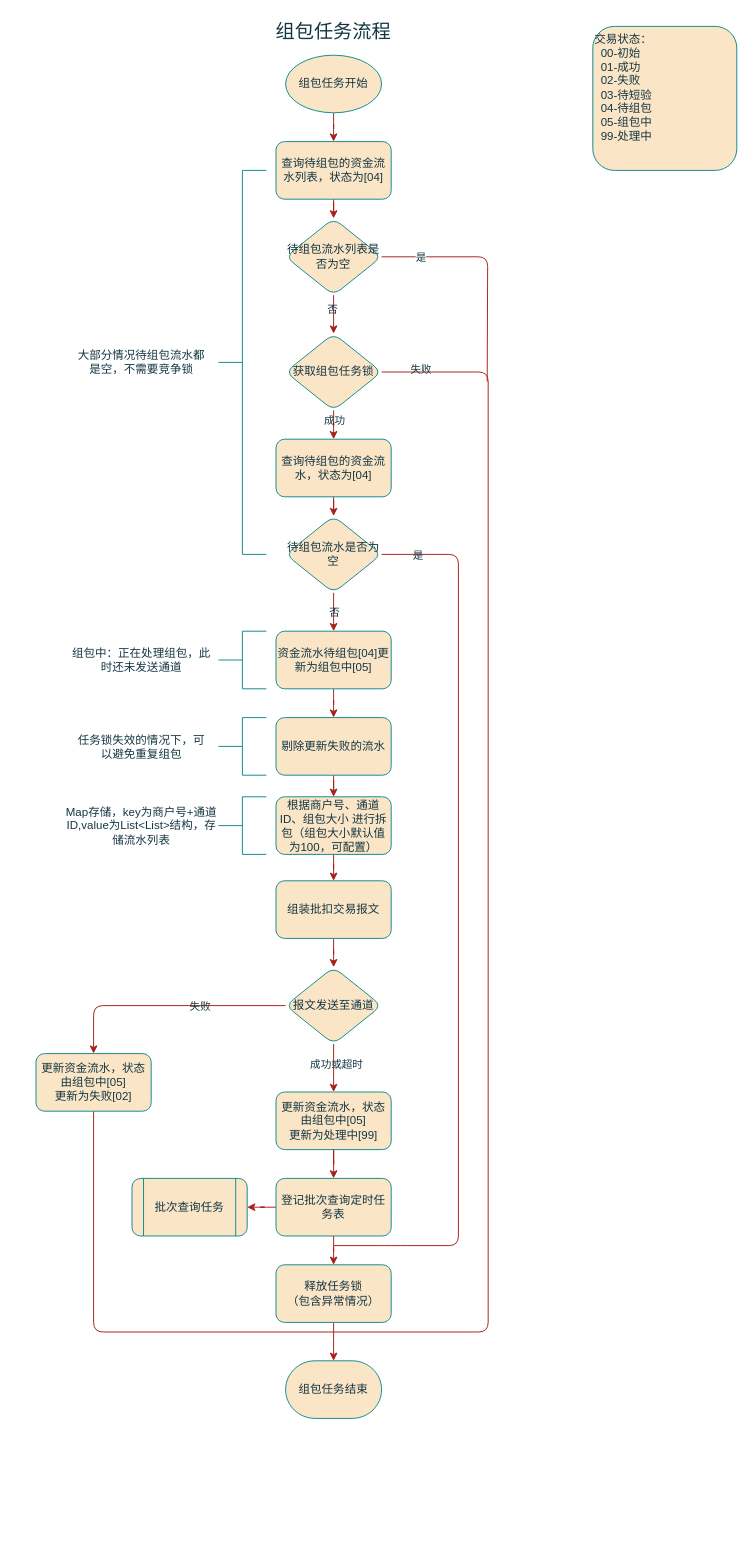
The draw.io diagram page "批扣组包任务流程" (2 of 5) of 批扣流程.drawio in gaofv/draw, before the edit. Source tidied: cells renumbered, new cells numbered last; positions are measured from the earlier drawing's top-left corner, leaving out a move shared by most shapes. Both pictures are drawn from the tidied source at 96%, with x=0, y=0 at pixel (36, 16).
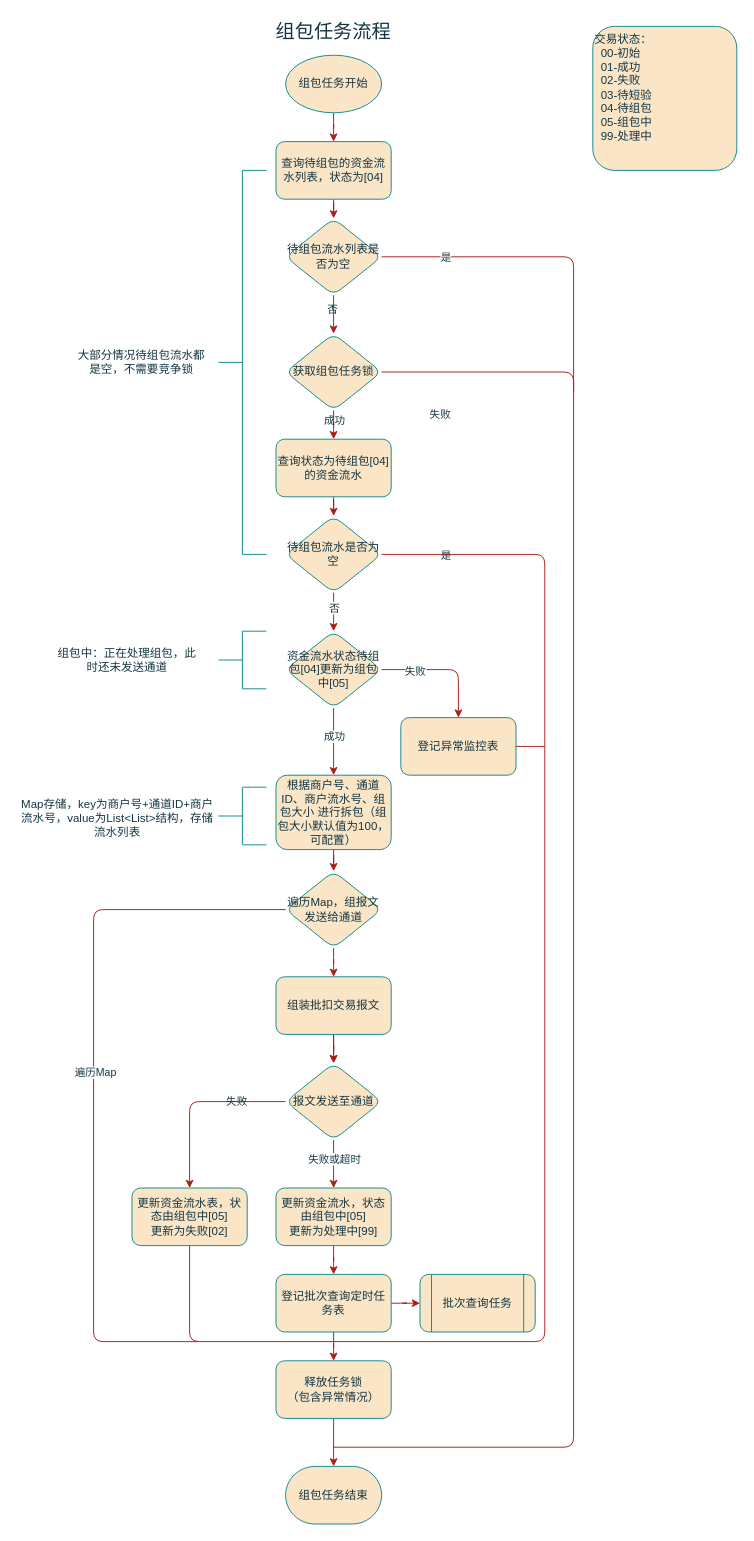
After the change.

The change refers to these unchanged cells:
```xml
<mxCell id="8" value="获取组包任务锁" style="rhombus;whiteSpace=wrap;html=1;strokeWidth=1;labelBackgroundColor=none;rounded=1;labelBorderColor=none;fillColor=#FAE5C7;strokeColor=#0F8B8D;fontColor=#143642;" parent="1" vertex="1">
  <mxGeometry x="260" y="330" width="100" height="80" as="geometry" />
</mxCell>
<mxCell id="15" value="待组包流水列表是否为空" style="rhombus;whiteSpace=wrap;html=1;strokeWidth=1;labelBackgroundColor=none;rounded=1;labelBorderColor=none;fillColor=#FAE5C7;strokeColor=#0F8B8D;fontColor=#143642;" parent="1" vertex="1">
  <mxGeometry x="260" y="210" width="100" height="80" as="geometry" />
</mxCell>
<mxCell id="24" value="待组包流水是否为空" style="rhombus;whiteSpace=wrap;html=1;strokeWidth=1;labelBackgroundColor=none;rounded=1;labelBorderColor=none;fillColor=#FAE5C7;strokeColor=#0F8B8D;fontColor=#143642;" parent="1" vertex="1">
  <mxGeometry x="260" y="520" width="100" height="80" as="geometry" />
</mxCell>
```

Change to the diagram source:
```diff
@@
     <mxCell id="6" style="edgeStyle=orthogonalEdgeStyle;rounded=1;jettySize=auto;html=1;endArrow=none;endFill=0;labelBackgroundColor=none;strokeColor=#A8201A;fontColor=default;" parent="1" edge="1" source="8">
       <mxGeometry relative="1" as="geometry">
-        <mxPoint x="310" y="1370" as="targetPoint" />
+        <mxPoint x="310" y="1490" as="targetPoint" />
         <Array as="points">
-          <mxPoint x="471" y="370" />
+          <mxPoint x="560" y="370" />
+          <mxPoint x="560" y="1490" />
+          <mxPoint x="310" y="1490" />
         </Array>
       </mxGeometry>
     </mxCell>
     <mxCell id="7" value="失败" style="edgeLabel;html=1;align=center;verticalAlign=middle;rounded=1;labelBackgroundColor=none;fontColor=#143642;" parent="6" vertex="1">
       <mxGeometry x="-0.24" relative="1" as="geometry">
-        <mxPoint x="-71" y="-375" as="offset" />
+        <mxPoint x="-140" y="-354" as="offset" />
       </mxGeometry>
     </mxCell>
@@
     <mxCell id="13" style="edgeStyle=orthogonalEdgeStyle;jettySize=auto;html=1;strokeColor=#A8201A;fontColor=#143642;fillColor=#FAE5C7;rounded=1;endArrow=none;endFill=0;" parent="1" edge="1" source="15">
       <mxGeometry relative="1" as="geometry">
-        <mxPoint x="470" y="380" as="targetPoint" />
+        <mxPoint x="560" y="390" as="targetPoint" />
+        <Array as="points">
+          <mxPoint x="560" y="250" />
+        </Array>
       </mxGeometry>
     </mxCell>
@@
-    <mxCell id="16" style="edgeStyle=orthogonalEdgeStyle;rounded=1;jettySize=auto;html=1;labelBackgroundColor=none;fontColor=default;labelBorderColor=none;strokeColor=#A8201A;" parent="1" edge="1" source="17" target="26">
-      <mxGeometry relative="1" as="geometry" />
-    </mxCell>
-    <mxCell id="17" value="资金流水待组包[04]更新为组包中[05]" style="whiteSpace=wrap;html=1;strokeWidth=1;labelBackgroundColor=none;rounded=1;labelBorderColor=none;fillColor=#FAE5C7;strokeColor=#0F8B8D;fontColor=#143642;" parent="1" vertex="1">
-      <mxGeometry x="250" y="640" width="120" height="60" as="geometry" />
-    </mxCell>
@@
-    <mxCell id="19" value="查询待组包的资金流水，状态为[04]" style="whiteSpace=wrap;html=1;strokeWidth=1;labelBackgroundColor=none;rounded=1;labelBorderColor=none;fillColor=#FAE5C7;strokeColor=#0F8B8D;fontColor=#143642;" parent="1" vertex="1">
+    <mxCell id="19" value="查询状态为待组包[04]&lt;br&gt;的资金流水" style="whiteSpace=wrap;html=1;strokeWidth=1;labelBackgroundColor=none;rounded=1;labelBorderColor=none;fillColor=#FAE5C7;strokeColor=#0F8B8D;fontColor=#143642;" parent="1" vertex="1">
       <mxGeometry x="250" y="440" width="120" height="60" as="geometry" />
     </mxCell>
-    <mxCell id="20" style="edgeStyle=orthogonalEdgeStyle;rounded=1;jettySize=auto;html=1;labelBackgroundColor=none;fontColor=default;labelBorderColor=none;strokeColor=#A8201A;" parent="1" edge="1" source="24" target="17">
-      <mxGeometry relative="1" as="geometry" />
-    </mxCell>
-    <mxCell id="21" value="否" style="edgeLabel;html=1;align=center;verticalAlign=middle;labelBackgroundColor=none;rounded=1;labelBorderColor=none;fontColor=#143642;" parent="20" vertex="1">
-      <mxGeometry x="-0.3" relative="1" as="geometry">
-        <mxPoint y="6" as="offset" />
-      </mxGeometry>
-    </mxCell>
-    <mxCell id="22" style="edgeStyle=orthogonalEdgeStyle;rounded=1;jettySize=auto;html=1;endArrow=none;endFill=0;labelBackgroundColor=none;fontColor=default;labelBorderColor=none;strokeColor=#A8201A;" parent="1" edge="1" source="24">
+    <mxCell id="22" style="edgeStyle=orthogonalEdgeStyle;rounded=1;jettySize=auto;html=1;endArrow=none;endFill=0;labelBackgroundColor=none;fontColor=default;labelBorderColor=none;strokeColor=#A8201A;exitX=1;exitY=0.5;exitDx=0;exitDy=0;" parent="1" edge="1" source="24">
       <mxGeometry relative="1" as="geometry">
-        <mxPoint x="310" y="1280" as="targetPoint" />
+        <mxPoint x="310" y="1380" as="targetPoint" />
         <Array as="points">
-          <mxPoint x="440" y="560" />
-          <mxPoint x="440" y="1280" />
-          <mxPoint x="370" y="1280" />
+          <mxPoint x="530" y="560" />
+          <mxPoint x="530" y="1380" />
+          <mxPoint x="310" y="1380" />
         </Array>
       </mxGeometry>
     </mxCell>
     <mxCell id="23" value="是" style="edgeLabel;html=1;align=center;verticalAlign=middle;labelBackgroundColor=none;rounded=1;labelBorderColor=none;fontColor=#143642;" parent="22" vertex="1">
-      <mxGeometry x="-0.92" relative="1" as="geometry" />
+      <mxGeometry x="-0.92" relative="1" as="geometry">
+        <mxPoint x="18" as="offset" />
+      </mxGeometry>
     </mxCell>
+    <mxCell id="58" style="edgeStyle=orthogonalEdgeStyle;rounded=1;jettySize=auto;html=1;strokeColor=#A8201A;fontColor=#143642;fillColor=#FAE5C7;" parent="1" edge="1" source="24" target="67">
+      <mxGeometry relative="1" as="geometry" />
+    </mxCell>
+    <mxCell id="21" value="否" style="edgeLabel;html=1;align=center;verticalAlign=middle;fontColor=#143642;" parent="58" vertex="1">
+      <mxGeometry x="0.15" y="2" relative="1" as="geometry">
+        <mxPoint x="-2" y="-8" as="offset" />
+      </mxGeometry>
+    </mxCell>
@@
-    <mxCell id="25" style="edgeStyle=orthogonalEdgeStyle;rounded=1;jettySize=auto;html=1;labelBackgroundColor=none;fontColor=default;labelBorderColor=none;strokeColor=#A8201A;" parent="1" edge="1" source="26" target="28">
-      <mxGeometry relative="1" as="geometry" />
-    </mxCell>
-    <mxCell id="26" value="剔除更新失败的流水" style="whiteSpace=wrap;html=1;strokeWidth=1;labelBackgroundColor=none;rounded=1;labelBorderColor=none;fillColor=#FAE5C7;strokeColor=#0F8B8D;fontColor=#143642;" parent="1" vertex="1">
-      <mxGeometry x="250" y="730" width="120" height="60" as="geometry" />
-    </mxCell>
-    <mxCell id="27" style="edgeStyle=orthogonalEdgeStyle;rounded=1;jettySize=auto;html=1;labelBackgroundColor=none;fontColor=default;labelBorderColor=none;strokeColor=#A8201A;" parent="1" edge="1" source="28" target="34">
-      <mxGeometry relative="1" as="geometry" />
-    </mxCell>
+    <mxCell id="59" style="edgeStyle=orthogonalEdgeStyle;rounded=1;jettySize=auto;html=1;strokeColor=#A8201A;fontColor=#143642;fillColor=#FAE5C7;" parent="1" edge="1" source="28" target="73">
+      <mxGeometry relative="1" as="geometry" />
+    </mxCell>
-    <mxCell id="28" value="根据商户号、通道ID、组包大小 进行拆包（组包大小默认值为100，可配置）" style="whiteSpace=wrap;html=1;strokeWidth=1;labelBackgroundColor=none;rounded=1;labelBorderColor=none;fillColor=#FAE5C7;strokeColor=#0F8B8D;fontColor=#143642;" parent="1" vertex="1">
-      <mxGeometry x="250" y="812.5" width="120" height="60" as="geometry" />
+    <mxCell id="28" value="根据商户号、通道ID、商户流水号、组包大小 进行拆包（组包大小默认值为100，可配置）" style="whiteSpace=wrap;html=1;strokeWidth=1;labelBackgroundColor=none;rounded=1;labelBorderColor=none;fillColor=#FAE5C7;strokeColor=#0F8B8D;fontColor=#143642;" parent="1" vertex="1">
+      <mxGeometry x="250" y="790" width="120" height="77.5" as="geometry" />
     </mxCell>
-    <mxCell id="29" style="strokeWidth=1;html=1;shape=mxgraph.flowchart.annotation_2;align=left;labelPosition=right;labelBackgroundColor=none;rounded=1;labelBorderColor=none;fillColor=#FAE5C7;strokeColor=#0F8B8D;fontColor=#143642;" parent="1" vertex="1">
-      <mxGeometry x="190" y="730" width="50" height="60" as="geometry" />
-    </mxCell>
-    <mxCell id="30" value="任务锁失效的情况下，可以避免重复组包" style="text;html=1;strokeColor=none;fillColor=none;align=center;verticalAlign=middle;whiteSpace=wrap;rounded=1;fontSize=12;labelBackgroundColor=none;labelBorderColor=none;fontColor=#143642;" parent="1" vertex="1">
-      <mxGeometry x="40" y="740" width="140" height="42.5" as="geometry" />
-    </mxCell>
     <mxCell id="31" style="strokeWidth=1;html=1;shape=mxgraph.flowchart.annotation_2;align=left;labelPosition=right;labelBackgroundColor=none;rounded=1;labelBorderColor=none;fillColor=#FAE5C7;strokeColor=#0F8B8D;fontColor=#143642;" parent="1" vertex="1">
-      <mxGeometry x="190" y="812.5" width="50" height="60" as="geometry" />
+      <mxGeometry x="190" y="802.5" width="50" height="60" as="geometry" />
     </mxCell>
-    <mxCell id="32" value="Map存储，key为商户号+通道ID,value为List&amp;lt;List&amp;gt;结构，存储流水列表" style="text;html=1;strokeColor=none;fillColor=none;align=center;verticalAlign=middle;whiteSpace=wrap;rounded=1;fontSize=12;labelBackgroundColor=none;labelBorderColor=none;fontColor=#143642;" parent="1" vertex="1">
-      <mxGeometry x="30" y="820" width="160" height="45" as="geometry" />
+    <mxCell id="32" value="Map存储，key为商户号+通道ID+商户流水号，value为List&amp;lt;List&amp;gt;结构，存储流水列表" style="text;html=1;strokeColor=none;fillColor=none;align=center;verticalAlign=middle;whiteSpace=wrap;rounded=1;fontSize=12;labelBackgroundColor=none;labelBorderColor=none;fontColor=#143642;" parent="1" vertex="1">
+      <mxGeometry x="-20" y="780" width="210" height="110" as="geometry" />
     </mxCell>
@@
+    <mxCell id="60" style="edgeStyle=orthogonalEdgeStyle;rounded=1;jettySize=auto;html=1;strokeColor=#A8201A;fontColor=#143642;fillColor=#FAE5C7;" parent="1" edge="1" source="34" target="42">
+      <mxGeometry relative="1" as="geometry" />
+    </mxCell>
     <mxCell id="34" value="组装批扣交易报文" style="whiteSpace=wrap;html=1;strokeWidth=1;labelBackgroundColor=none;rounded=1;labelBorderColor=none;fillColor=#FAE5C7;strokeColor=#0F8B8D;fontColor=#143642;" parent="1" vertex="1">
-      <mxGeometry x="250" y="900" width="120" height="60" as="geometry" />
+      <mxGeometry x="250" y="1000" width="120" height="60" as="geometry" />
     </mxCell>
@@
     <mxCell id="37" style="edgeStyle=orthogonalEdgeStyle;rounded=1;jettySize=auto;html=1;labelBackgroundColor=none;fontColor=default;labelBorderColor=none;strokeColor=#A8201A;" parent="1" edge="1" source="42" target="44">
       <mxGeometry relative="1" as="geometry">
         <Array as="points">
-          <mxPoint x="60" y="1030" />
+          <mxPoint x="160" y="1130" />
+          <mxPoint x="160" y="1240" />
         </Array>
       </mxGeometry>
     </mxCell>
     <mxCell id="38" value="失败" style="edgeLabel;html=1;align=center;verticalAlign=middle;labelBackgroundColor=none;rounded=1;labelBorderColor=none;fontColor=#143642;" parent="37" vertex="1">
       <mxGeometry x="0.11" y="-1" relative="1" as="geometry">
-        <mxPoint x="49" y="1" as="offset" />
+        <mxPoint x="49" y="-6" as="offset" />
       </mxGeometry>
     </mxCell>
-    <mxCell id="39" style="edgeStyle=orthogonalEdgeStyle;rounded=1;jettySize=auto;html=1;labelBackgroundColor=none;fontColor=default;labelBorderColor=none;strokeColor=#A8201A;" parent="1" edge="1" source="54">
-      <mxGeometry relative="1" as="geometry">
-        <mxPoint x="310" y="1170" as="targetPoint" />
-      </mxGeometry>
-    </mxCell>
-    <mxCell id="40" style="edgeStyle=orthogonalEdgeStyle;rounded=1;jettySize=auto;html=1;labelBackgroundColor=none;strokeColor=#A8201A;fontColor=default;" parent="1" edge="1" source="42" target="54">
+    <mxCell id="40" style="edgeStyle=orthogonalEdgeStyle;rounded=1;jettySize=auto;html=1;strokeColor=#A8201A;fontColor=#143642;fillColor=#FAE5C7;" parent="1" edge="1" source="42" target="54">
       <mxGeometry relative="1" as="geometry" />
     </mxCell>
-    <mxCell id="41" value="成功或超时" style="edgeLabel;html=1;align=center;verticalAlign=middle;rounded=1;labelBackgroundColor=none;fontColor=#143642;" parent="40" vertex="1">
-      <mxGeometry x="-0.16" y="2" relative="1" as="geometry" />
-    </mxCell>
+    <mxCell id="61" value="失败或超时" style="edgeLabel;html=1;align=center;verticalAlign=middle;fontColor=#143642;" parent="40" vertex="1">
+      <mxGeometry x="-0.24" y="3" relative="1" as="geometry">
+        <mxPoint x="-3" as="offset" />
+      </mxGeometry>
+    </mxCell>
     <mxCell id="42" value="报文发送至通道" style="rhombus;whiteSpace=wrap;html=1;strokeWidth=1;labelBackgroundColor=none;rounded=1;labelBorderColor=none;fillColor=#FAE5C7;strokeColor=#0F8B8D;fontColor=#143642;" parent="1" vertex="1">
-      <mxGeometry x="260" y="990" width="100" height="80" as="geometry" />
+      <mxGeometry x="260" y="1090" width="100" height="80" as="geometry" />
     </mxCell>
-    <mxCell id="43" style="edgeStyle=orthogonalEdgeStyle;rounded=1;jettySize=auto;html=1;strokeColor=#A8201A;fontColor=#143642;fillColor=#FAE5C7;endArrow=none;endFill=0;" parent="1" edge="1" source="44">
-      <mxGeometry relative="1" as="geometry">
-        <mxPoint x="310" y="1370" as="targetPoint" />
-        <Array as="points">
-          <mxPoint x="60" y="1370" />
-        </Array>
-      </mxGeometry>
-    </mxCell>
+    <mxCell id="62" style="edgeStyle=orthogonalEdgeStyle;rounded=1;jettySize=auto;html=1;strokeColor=#A8201A;fontColor=#143642;fillColor=#FAE5C7;endArrow=none;endFill=0;" parent="1" edge="1" source="44">
+      <mxGeometry relative="1" as="geometry">
+        <mxPoint x="310" y="1380" as="targetPoint" />
+        <Array as="points">
+          <mxPoint x="160" y="1380" />
+        </Array>
+      </mxGeometry>
+    </mxCell>
-    <mxCell id="44" value="更新资金流水，状态&lt;br&gt;由组包中[05]&lt;br&gt;更新为失败[02]" style="whiteSpace=wrap;html=1;strokeWidth=1;labelBackgroundColor=none;rounded=1;labelBorderColor=none;fillColor=#FAE5C7;strokeColor=#0F8B8D;fontColor=#143642;" parent="1" vertex="1">
-      <mxGeometry y="1080" width="120" height="60" as="geometry" />
+    <mxCell id="44" value="更新资金流水表，状态由组包中[05]&lt;br&gt;更新为失败[02]" style="whiteSpace=wrap;html=1;strokeWidth=1;labelBackgroundColor=none;rounded=1;labelBorderColor=none;fillColor=#FAE5C7;strokeColor=#0F8B8D;fontColor=#143642;" parent="1" vertex="1">
+      <mxGeometry x="100" y="1220" width="120" height="60" as="geometry" />
     </mxCell>
-    <mxCell id="45" style="edgeStyle=orthogonalEdgeStyle;rounded=1;jettySize=auto;html=1;labelBackgroundColor=none;fontColor=default;labelBorderColor=none;strokeColor=#A8201A;" parent="1" edge="1" source="54" target="50">
-      <mxGeometry relative="1" as="geometry" />
-    </mxCell>
@@
     <mxCell id="47" value="释放任务锁&lt;br&gt;（包含异常情况）" style="whiteSpace=wrap;html=1;strokeWidth=1;labelBackgroundColor=none;rounded=1;labelBorderColor=none;fillColor=#FAE5C7;strokeColor=#0F8B8D;fontColor=#143642;" parent="1" vertex="1">
-      <mxGeometry x="250" y="1300" width="120" height="60" as="geometry" />
+      <mxGeometry x="250" y="1400" width="120" height="60" as="geometry" />
     </mxCell>
@@
-    <mxCell id="49" style="edgeStyle=orthogonalEdgeStyle;rounded=1;jettySize=auto;html=1;labelBackgroundColor=none;fontColor=default;labelBorderColor=none;strokeColor=#A8201A;" parent="1" edge="1" source="50" target="47">
+    <mxCell id="49" style="edgeStyle=orthogonalEdgeStyle;rounded=1;jettySize=auto;html=1;strokeColor=#A8201A;fontColor=#143642;fillColor=#FAE5C7;" parent="1" edge="1" source="50" target="47">
       <mxGeometry relative="1" as="geometry" />
     </mxCell>
     <mxCell id="50" value="登记批次查询定时任务表" style="whiteSpace=wrap;html=1;strokeWidth=1;labelBackgroundColor=none;rounded=1;labelBorderColor=none;fillColor=#FAE5C7;strokeColor=#0F8B8D;fontColor=#143642;" parent="1" vertex="1">
-      <mxGeometry x="250" y="1210" width="120" height="60" as="geometry" />
+      <mxGeometry x="250" y="1310" width="120" height="60" as="geometry" />
     </mxCell>
     <mxCell id="51" value="批次查询任务" style="shape=process;whiteSpace=wrap;html=1;backgroundOutline=1;strokeWidth=1;labelBackgroundColor=none;rounded=1;labelBorderColor=none;fillColor=#FAE5C7;strokeColor=#0F8B8D;fontColor=#143642;" parent="1" vertex="1">
-      <mxGeometry x="100" y="1210" width="120" height="60" as="geometry" />
+      <mxGeometry x="400" y="1310" width="120" height="60" as="geometry" />
     </mxCell>
     <mxCell id="52" value="组包任务结束" style="strokeWidth=1;html=1;shape=mxgraph.flowchart.terminator;whiteSpace=wrap;labelBackgroundColor=none;rounded=1;labelBorderColor=none;fillColor=#FAE5C7;strokeColor=#0F8B8D;fontColor=#143642;" parent="1" vertex="1">
-      <mxGeometry x="260" y="1400" width="100" height="60" as="geometry" />
+      <mxGeometry x="260" y="1510" width="100" height="60" as="geometry" />
     </mxCell>
@@
+    <mxCell id="45" style="edgeStyle=orthogonalEdgeStyle;rounded=1;jettySize=auto;html=1;strokeColor=#A8201A;fontColor=#143642;fillColor=#FAE5C7;" parent="1" edge="1" source="54" target="50">
+      <mxGeometry relative="1" as="geometry" />
+    </mxCell>
     <mxCell id="54" value="更新资金流水，状态&lt;br&gt;由组包中[05]&lt;br&gt;更新为处理中[99]" style="whiteSpace=wrap;html=1;strokeWidth=1;labelBackgroundColor=none;rounded=1;labelBorderColor=none;fillColor=#FAE5C7;strokeColor=#0F8B8D;fontColor=#143642;" parent="1" vertex="1">
-      <mxGeometry x="250" y="1120" width="120" height="60" as="geometry" />
+      <mxGeometry x="250" y="1220" width="120" height="60" as="geometry" />
     </mxCell>
@@
     <mxCell id="56" value="组包中：正在处理组包，此时还未发送通道" style="text;html=1;strokeColor=none;fillColor=none;align=center;verticalAlign=middle;whiteSpace=wrap;rounded=1;fontColor=#143642;" parent="1" vertex="1">
-      <mxGeometry x="35" y="657.5" width="150" height="25" as="geometry" />
+      <mxGeometry x="20" y="657.5" width="150" height="25" as="geometry" />
     </mxCell>
@@
+    <mxCell id="63" style="edgeStyle=orthogonalEdgeStyle;rounded=1;jettySize=auto;html=1;strokeColor=#A8201A;fontColor=#143642;fillColor=#FAE5C7;" parent="1" edge="1" source="67" target="69">
+      <mxGeometry relative="1" as="geometry" />
+    </mxCell>
+    <mxCell id="64" value="失败" style="edgeLabel;html=1;align=center;verticalAlign=middle;fontColor=#143642;" parent="63" vertex="1">
+      <mxGeometry x="-0.47" y="-1" relative="1" as="geometry" />
+    </mxCell>
+    <mxCell id="65" style="edgeStyle=orthogonalEdgeStyle;rounded=1;jettySize=auto;html=1;strokeColor=#A8201A;fontColor=#143642;fillColor=#FAE5C7;" parent="1" edge="1" source="67" target="28">
+      <mxGeometry relative="1" as="geometry" />
+    </mxCell>
+    <mxCell id="66" value="成功" style="edgeLabel;html=1;align=center;verticalAlign=middle;fontColor=#143642;" parent="65" vertex="1">
+      <mxGeometry x="-0.18" relative="1" as="geometry" />
+    </mxCell>
+    <mxCell id="67" value="资金流水状态待组包[04]更新为组包中[05]" style="rhombus;whiteSpace=wrap;html=1;strokeWidth=1;labelBackgroundColor=none;rounded=1;labelBorderColor=none;fillColor=#FAE5C7;strokeColor=#0F8B8D;fontColor=#143642;" parent="1" vertex="1">
+      <mxGeometry x="260" y="640" width="100" height="80" as="geometry" />
+    </mxCell>
+    <mxCell id="68" style="edgeStyle=orthogonalEdgeStyle;rounded=1;jettySize=auto;html=1;strokeColor=#A8201A;fontColor=#143642;fillColor=#FAE5C7;endArrow=none;endFill=0;" parent="1" edge="1" source="69">
+      <mxGeometry relative="1" as="geometry">
+        <mxPoint x="530" y="760" as="targetPoint" />
+      </mxGeometry>
+    </mxCell>
+    <mxCell id="69" value="登记异常监控表" style="whiteSpace=wrap;html=1;fillColor=#FAE5C7;strokeColor=#0F8B8D;fontColor=#143642;strokeWidth=1;labelBackgroundColor=none;rounded=1;labelBorderColor=none;" parent="1" vertex="1">
+      <mxGeometry x="380" y="730" width="120" height="60" as="geometry" />
+    </mxCell>
+    <mxCell id="70" style="edgeStyle=orthogonalEdgeStyle;rounded=1;jettySize=auto;html=1;strokeColor=#A8201A;fontColor=#143642;fillColor=#FAE5C7;" parent="1" edge="1" source="73" target="34">
+      <mxGeometry relative="1" as="geometry" />
+    </mxCell>
+    <mxCell id="71" style="edgeStyle=orthogonalEdgeStyle;rounded=1;jettySize=auto;html=1;strokeColor=#A8201A;fontColor=#143642;fillColor=#FAE5C7;endArrow=none;endFill=0;" parent="1" edge="1" source="73">
+      <mxGeometry relative="1" as="geometry">
+        <mxPoint x="170" y="1380" as="targetPoint" />
+        <Array as="points">
+          <mxPoint x="60" y="930" />
+          <mxPoint x="60" y="1380" />
+        </Array>
+      </mxGeometry>
+    </mxCell>
+    <mxCell id="72" value="遍历Map" style="edgeLabel;html=1;align=center;verticalAlign=middle;fontColor=#143642;" parent="71" vertex="1">
+      <mxGeometry x="-0.03" y="1" relative="1" as="geometry" />
+    </mxCell>
+    <mxCell id="73" value="遍历Map，组报文发送给通道" style="rhombus;whiteSpace=wrap;html=1;strokeWidth=1;labelBackgroundColor=none;rounded=1;labelBorderColor=none;fillColor=#FAE5C7;strokeColor=#0F8B8D;fontColor=#143642;" parent="1" vertex="1">
+      <mxGeometry x="260" y="890" width="100" height="80" as="geometry" />
+    </mxCell>
```
